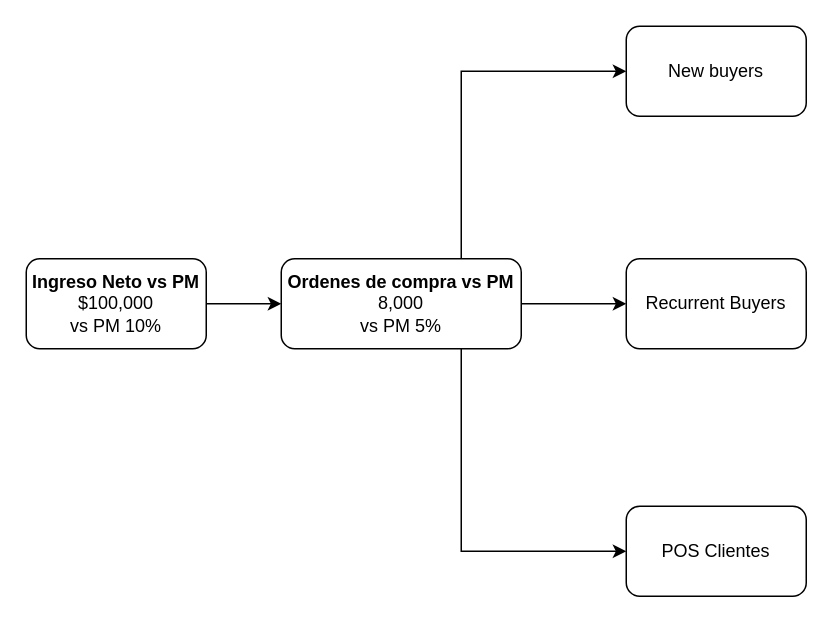
FernandoGaminho/diagrams keeps this draw.io diagram as Arbol de Descomposición.drawio. Above is the earlier version. Source tidied: cells renumbered, new cells numbered last; positions are measured from the earlier drawing's top-left corner, leaving out a move shared by most shapes. Both pictures are drawn from the tidied source at 150%, with x=0, y=0 at pixel (26, 26).
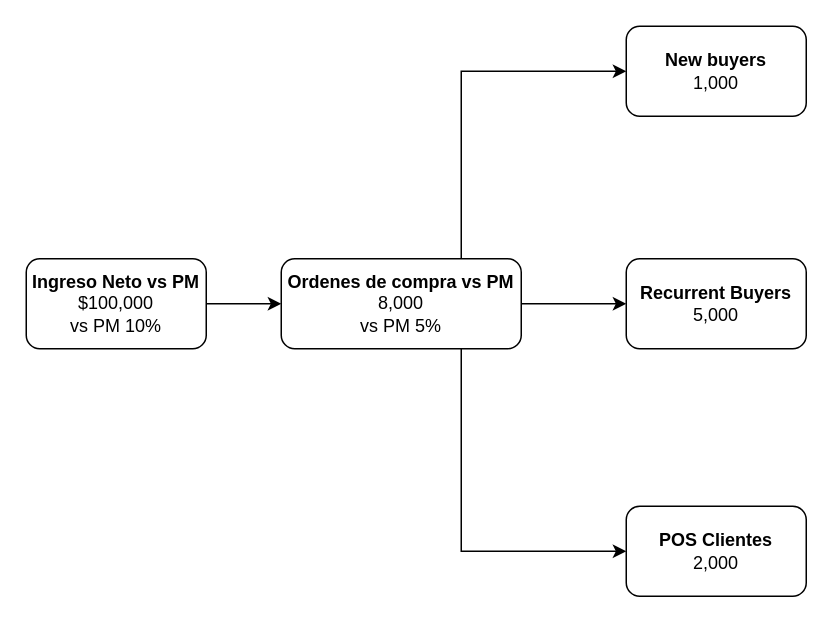
The same diagram, later.

Diff of the diagram source:
```diff
@@
 <mxGraphModel>
   <root>
     <mxCell id="0" />
     <mxCell id="1" parent="0" />
     <mxCell id="2" style="edgeStyle=orthogonalEdgeStyle;rounded=0;jettySize=auto;html=1;exitX=1;exitY=0.5;exitDx=0;exitDy=0;" parent="1" edge="1" source="3" target="7">
       <mxGeometry relative="1" as="geometry" />
     </mxCell>
     <mxCell id="3" value="&lt;b&gt;Ingreso Neto vs PM&lt;/b&gt;&lt;br&gt;$100,000&lt;br&gt;vs PM 10%" style="rounded=1;whiteSpace=wrap;html=1;" parent="1" vertex="1">
       <mxGeometry y="155" width="120" height="60" as="geometry" />
     </mxCell>
     <mxCell id="4" style="edgeStyle=orthogonalEdgeStyle;rounded=0;jettySize=auto;html=1;exitX=1;exitY=0.5;exitDx=0;exitDy=0;" parent="1" edge="1" source="7" target="9">
       <mxGeometry relative="1" as="geometry" />
     </mxCell>
     <mxCell id="5" style="edgeStyle=orthogonalEdgeStyle;rounded=0;jettySize=auto;html=1;exitX=0.75;exitY=0;exitDx=0;exitDy=0;entryX=0;entryY=0.5;entryDx=0;entryDy=0;" parent="1" edge="1" source="7" target="8">
       <mxGeometry relative="1" as="geometry" />
     </mxCell>
     <mxCell id="6" style="edgeStyle=orthogonalEdgeStyle;rounded=0;jettySize=auto;html=1;exitX=0.75;exitY=1;exitDx=0;exitDy=0;entryX=0;entryY=0.5;entryDx=0;entryDy=0;" parent="1" edge="1" source="7" target="10">
       <mxGeometry relative="1" as="geometry" />
     </mxCell>
     <mxCell id="7" value="&lt;b&gt;Ordenes de compra vs PM&lt;/b&gt;&lt;br&gt;8,000&lt;br&gt;vs PM 5%" style="rounded=1;whiteSpace=wrap;html=1;" parent="1" vertex="1">
       <mxGeometry x="170" y="155" width="160" height="60" as="geometry" />
     </mxCell>
-    <mxCell id="8" value="New buyers" style="rounded=1;whiteSpace=wrap;html=1;" parent="1" vertex="1">
+    <mxCell id="8" value="&lt;b&gt;New buyers&lt;/b&gt;&lt;br&gt;1,000" style="rounded=1;whiteSpace=wrap;html=1;" parent="1" vertex="1">
       <mxGeometry x="400" width="120" height="60" as="geometry" />
     </mxCell>
-    <mxCell id="9" value="Recurrent Buyers" style="rounded=1;whiteSpace=wrap;html=1;" parent="1" vertex="1">
+    <mxCell id="9" value="&lt;b&gt;Recurrent Buyers&lt;br&gt;&lt;/b&gt;5,000" style="rounded=1;whiteSpace=wrap;html=1;" parent="1" vertex="1">
       <mxGeometry x="400" y="155" width="120" height="60" as="geometry" />
     </mxCell>
-    <mxCell id="10" value="POS Clientes" style="rounded=1;whiteSpace=wrap;html=1;" parent="1" vertex="1">
+    <mxCell id="10" value="&lt;b&gt;POS Clientes&lt;br&gt;&lt;/b&gt;2,000" style="rounded=1;whiteSpace=wrap;html=1;" parent="1" vertex="1">
       <mxGeometry x="400" y="320" width="120" height="60" as="geometry" />
     </mxCell>
   </root>
 </mxGraphModel>
```
